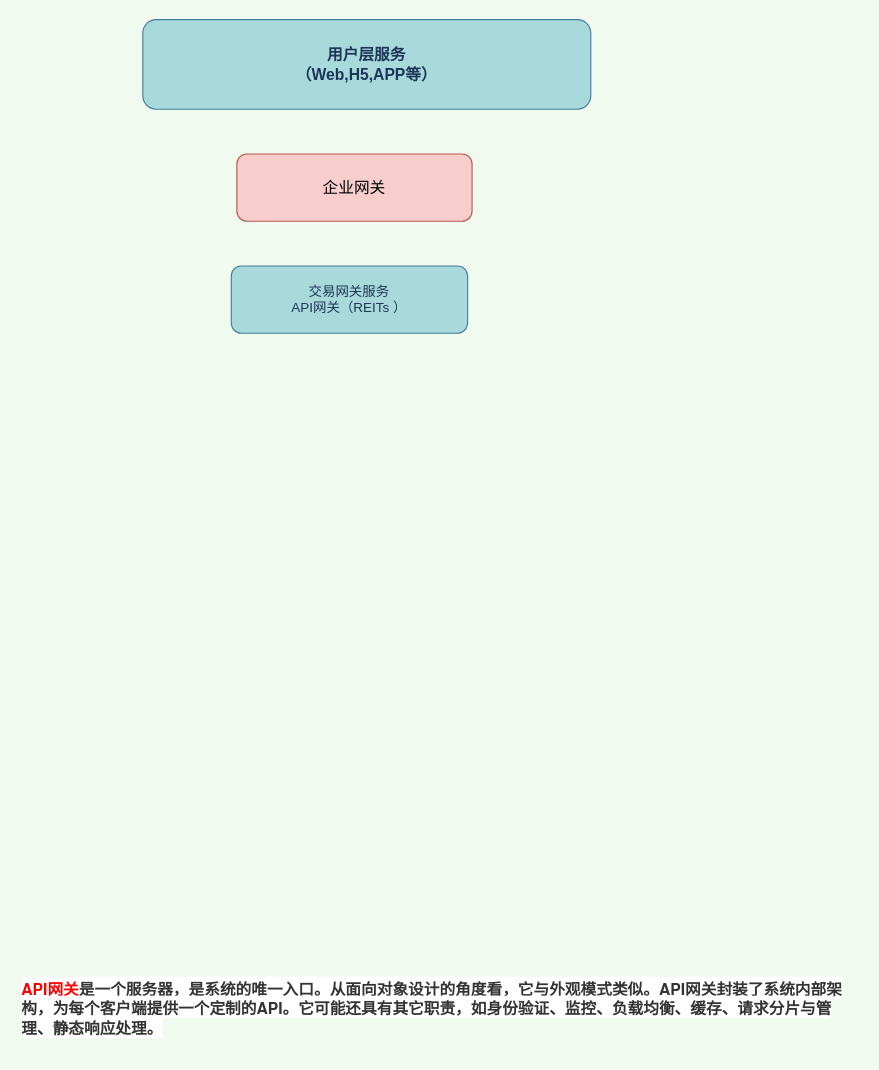
Earlier version of the draw.io diagram 000_utils/未命名绘图.drawio (lppgo/my_test). Source tidied: cells renumbered, new cells numbered last; positions are measured from the earlier drawing's top-left corner, leaving out a move shared by most shapes. Both pictures are drawn from the tidied source at 112%, with x=0, y=0 at pixel (19, 19).
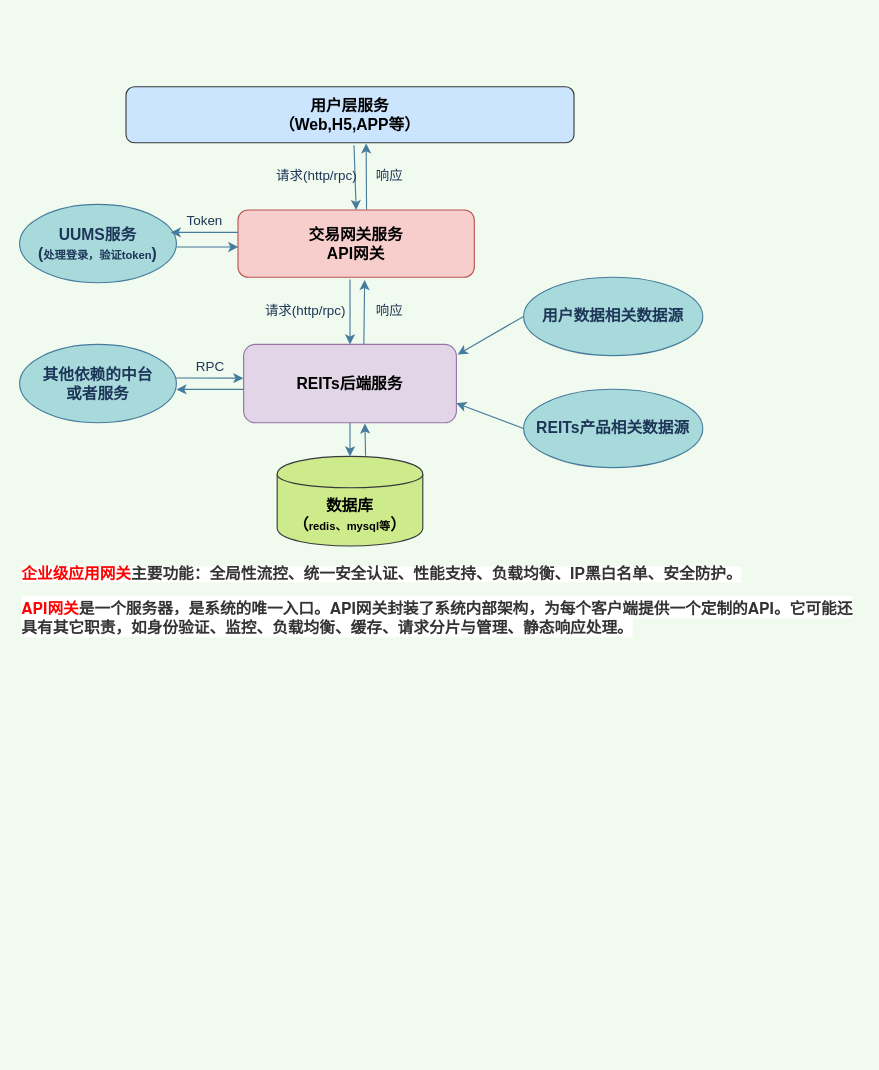
The same diagram, later.

Commit message:
更新未命名绘图.drawio

The edit, as a diff of the source:
```diff
@@
-    <mxCell id="2" value="&lt;font style=&quot;font-size: 14px&quot;&gt;&lt;b&gt;用户层服务&lt;br&gt;（Web,H5,APP等）&lt;/b&gt;&lt;/font&gt;" style="rounded=1;whiteSpace=wrap;html=1;sketch=0;strokeColor=#457B9D;fillColor=#A8DADC;fontColor=#1D3557;" parent="1" vertex="1">
-      <mxGeometry x="110" width="400" height="80" as="geometry" />
+    <mxCell id="2" value="&lt;font style=&quot;font-size: 14px&quot;&gt;&lt;b&gt;用户层服务&lt;br&gt;（Web,H5,APP等）&lt;/b&gt;&lt;/font&gt;" style="rounded=1;whiteSpace=wrap;html=1;sketch=0;strokeColor=#36393d;fillColor=#cce5ff;" parent="1" vertex="1">
+      <mxGeometry x="95" y="60" width="400" height="50" as="geometry" />
     </mxCell>
-    <mxCell id="3" value="&lt;font style=&quot;font-size: 14px&quot;&gt;企业网关&lt;/font&gt;" style="rounded=1;whiteSpace=wrap;html=1;sketch=0;strokeColor=#b85450;fillColor=#f8cecc;" parent="1" vertex="1">
-      <mxGeometry x="194" y="120" width="210" height="60" as="geometry" />
-    </mxCell>
-    <mxCell id="4" value="交易网关服务&lt;br&gt;API网关（REITs ）" style="rounded=1;whiteSpace=wrap;html=1;sketch=0;strokeColor=#457B9D;fillColor=#A8DADC;fontColor=#1D3557;" parent="1" vertex="1">
-      <mxGeometry x="189" y="220" width="211" height="60" as="geometry" />
+    <mxCell id="4" value="&lt;b&gt;&lt;font style=&quot;font-size: 14px&quot;&gt;交易网关服务&lt;br&gt;API网关&lt;/font&gt;&lt;/b&gt;" style="rounded=1;whiteSpace=wrap;html=1;sketch=0;strokeColor=#b85450;fillColor=#f8cecc;" parent="1" vertex="1">
+      <mxGeometry x="195" y="170" width="211" height="60" as="geometry" />
     </mxCell>
-    <mxCell id="5" value="&lt;span style=&quot;font-family: &amp;#34;helvetica neue&amp;#34; , &amp;#34;helvetica&amp;#34; , &amp;#34;verdana&amp;#34; , &amp;#34;arial&amp;#34; , sans-serif ; font-size: 14px ; font-style: normal ; letter-spacing: normal ; text-align: left ; text-indent: 0px ; text-transform: none ; word-spacing: 0px ; background-color: rgb(255 , 255 , 255) ; display: inline ; float: none&quot;&gt;&lt;b&gt;&lt;font color=&quot;#ff0000&quot;&gt;API网关&lt;/font&gt;&lt;font color=&quot;#333333&quot;&gt;是一个服务器，是系统的唯一入口。从面向对象设计的角度看，它与外观模式类似。API网关封装了系统内部架构，为每个客户端提供一个定制的API。它可能还具有其它职责，如身份验证、监控、负载均衡、缓存、请求分片与管理、静态响应处理。&lt;/font&gt;&lt;/b&gt;&lt;/span&gt;" style="text;whiteSpace=wrap;html=1;fontColor=#1D3557;" parent="1" vertex="1">
-      <mxGeometry y="850" width="750" height="70" as="geometry" />
+    <mxCell id="5" value="&lt;span style=&quot;font-family: &amp;#34;helvetica neue&amp;#34; , &amp;#34;helvetica&amp;#34; , &amp;#34;verdana&amp;#34; , &amp;#34;arial&amp;#34; , sans-serif ; font-size: 14px ; font-style: normal ; letter-spacing: normal ; text-align: left ; text-indent: 0px ; text-transform: none ; word-spacing: 0px ; background-color: rgb(255 , 255 , 255) ; display: inline ; float: none&quot;&gt;&lt;b&gt;&lt;font color=&quot;#ff0000&quot;&gt;API网关&lt;/font&gt;&lt;font color=&quot;#333333&quot;&gt;是一个服务器，是系统的唯一入口。API网关封装了系统内部架构，为每个客户端提供一个定制的API。它可能还具有其它职责，如身份验证、监控、负载均衡、缓存、请求分片与管理、静态响应处理。&lt;/font&gt;&lt;/b&gt;&lt;/span&gt;" style="text;whiteSpace=wrap;html=1;fontColor=#1D3557;" parent="1" vertex="1">
+      <mxGeometry y="510" width="750" height="40" as="geometry" />
     </mxCell>
+    <mxCell id="6" value="&lt;span style=&quot;font-family: &amp;#34;microsoft yahei&amp;#34; ; font-style: normal ; letter-spacing: normal ; text-align: justify ; text-indent: 0px ; text-transform: none ; word-spacing: 0px ; background-color: rgb(255 , 255 , 255) ; display: inline ; float: none&quot;&gt;&lt;font style=&quot;font-size: 14px&quot;&gt;&lt;b&gt;&lt;font color=&quot;#ff0000&quot;&gt;企业级应用网关&lt;/font&gt;&lt;font color=&quot;#333333&quot;&gt;主要功能：全局性流控、统一安全认证、性能支持、负载均衡、IP黑白名单、安全防护。&lt;/font&gt;&lt;/b&gt;&lt;/font&gt;&lt;/span&gt;" style="text;whiteSpace=wrap;html=1;fontColor=#1D3557;" parent="1" vertex="1">
+      <mxGeometry y="480" width="710" height="30" as="geometry" />
+    </mxCell>
+    <mxCell id="7" style="endArrow=classic;html=1;strokeColor=#457B9D;fillColor=#A8DADC;fontColor=#1D3557;exitX=0.509;exitY=1.043;exitDx=0;exitDy=0;entryX=0.5;entryY=0;entryDx=0;entryDy=0;exitPerimeter=0;" parent="1" edge="1" source="2" target="4">
+      <mxGeometry relative="1" as="geometry" />
+    </mxCell>
+    <mxCell id="8" value="&lt;b&gt;&lt;font style=&quot;font-size: 14px&quot;&gt;REITs后端服务&lt;/font&gt;&lt;/b&gt;" style="rounded=1;whiteSpace=wrap;html=1;sketch=0;strokeColor=#9673a6;fillColor=#e1d5e7;" parent="1" vertex="1">
+      <mxGeometry x="200" y="290" width="190" height="70" as="geometry" />
+    </mxCell>
+    <mxCell id="9" style="endArrow=classic;html=1;strokeColor=#457B9D;fillColor=#A8DADC;fontColor=#1D3557;entryX=0.5;entryY=0;entryDx=0;entryDy=0;" parent="1" edge="1" target="8">
+      <mxGeometry relative="1" as="geometry">
+        <mxPoint x="295" y="232" as="sourcePoint" />
+      </mxGeometry>
+    </mxCell>
+    <mxCell id="10" value="&lt;font color=&quot;#000000&quot;&gt;&lt;b&gt;&lt;span style=&quot;font-size: 14px&quot;&gt;数据库&lt;/span&gt;&lt;br&gt;&lt;span style=&quot;font-size: 14px&quot;&gt;（&lt;/span&gt;&lt;font style=&quot;font-size: 10px&quot;&gt;redis、mysql等&lt;/font&gt;&lt;span style=&quot;font-size: 14px&quot;&gt;）&lt;/span&gt;&lt;br&gt;&lt;/b&gt;&lt;/font&gt;" style="shape=cylinder;whiteSpace=wrap;html=1;boundedLbl=1;backgroundOutline=1;rounded=0;sketch=0;fillColor=#cdeb8b;strokeColor=#36393d;" parent="1" vertex="1">
+      <mxGeometry x="230" y="390" width="130" height="80" as="geometry" />
+    </mxCell>
+    <mxCell id="11" style="endArrow=classic;html=1;strokeColor=#457B9D;fillColor=#A8DADC;fontColor=#1D3557;entryX=0.5;entryY=0;entryDx=0;entryDy=0;" parent="1" edge="1" target="10">
+      <mxGeometry relative="1" as="geometry">
+        <mxPoint x="295" y="360" as="sourcePoint" />
+      </mxGeometry>
+    </mxCell>
+    <mxCell id="12" value="&lt;font style=&quot;font-size: 14px&quot;&gt;&lt;b&gt;用户数据相关数据源&lt;/b&gt;&lt;/font&gt;" style="ellipse;whiteSpace=wrap;html=1;rounded=0;sketch=0;strokeColor=#457B9D;fillColor=#A8DADC;fontColor=#1D3557;" parent="1" vertex="1">
+      <mxGeometry x="450" y="230" width="160" height="70" as="geometry" />
+    </mxCell>
+    <mxCell id="13" value="&lt;font style=&quot;font-size: 14px&quot;&gt;&lt;b&gt;REITs产品相关数据源&lt;/b&gt;&lt;/font&gt;" style="ellipse;whiteSpace=wrap;html=1;rounded=0;sketch=0;strokeColor=#457B9D;fillColor=#A8DADC;fontColor=#1D3557;" parent="1" vertex="1">
+      <mxGeometry x="450" y="330" width="160" height="70" as="geometry" />
+    </mxCell>
+    <mxCell id="14" style="endArrow=classic;html=1;strokeColor=#457B9D;fillColor=#A8DADC;fontColor=#1D3557;exitX=0;exitY=0.5;exitDx=0;exitDy=0;entryX=1.006;entryY=0.129;entryDx=0;entryDy=0;entryPerimeter=0;" parent="1" edge="1" source="12" target="8">
+      <mxGeometry relative="1" as="geometry" />
+    </mxCell>
+    <mxCell id="15" style="endArrow=classic;html=1;strokeColor=#457B9D;fillColor=#A8DADC;fontColor=#1D3557;exitX=0;exitY=0.5;exitDx=0;exitDy=0;entryX=1;entryY=0.75;entryDx=0;entryDy=0;" parent="1" edge="1" source="13" target="8">
+      <mxGeometry relative="1" as="geometry" />
+    </mxCell>
+    <mxCell id="16" style="endArrow=classic;html=1;strokeColor=#457B9D;fillColor=#A8DADC;fontColor=#1D3557;exitX=0.565;exitY=-0.006;exitDx=0;exitDy=0;entryX=0.536;entryY=1.042;entryDx=0;entryDy=0;entryPerimeter=0;exitPerimeter=0;" parent="1" edge="1" source="8" target="4">
+      <mxGeometry relative="1" as="geometry" />
+    </mxCell>
+    <mxCell id="17" style="endArrow=classic;html=1;strokeColor=#457B9D;fillColor=#A8DADC;fontColor=#1D3557;exitX=0.544;exitY=-0.006;exitDx=0;exitDy=0;entryX=0.536;entryY=1.011;entryDx=0;entryDy=0;entryPerimeter=0;exitPerimeter=0;" parent="1" edge="1" source="4" target="2">
+      <mxGeometry relative="1" as="geometry" />
+    </mxCell>
+    <mxCell id="18" style="endArrow=classic;html=1;strokeColor=#457B9D;fillColor=#A8DADC;fontColor=#1D3557;entryX=0.57;entryY=1.009;entryDx=0;entryDy=0;entryPerimeter=0;exitX=0.607;exitY=-0.006;exitDx=0;exitDy=0;exitPerimeter=0;" parent="1" edge="1" source="10" target="8">
+      <mxGeometry relative="1" as="geometry" />
+    </mxCell>
+    <mxCell id="19" value="响应" style="text;html=1;align=center;verticalAlign=middle;fillColor=none;strokeColor=none;rounded=0;sketch=0;fontColor=#1D3557;" parent="1" vertex="1">
+      <mxGeometry x="310" y="130" width="40" height="20" as="geometry" />
+    </mxCell>
+    <mxCell id="20" value="响应" style="text;html=1;align=center;verticalAlign=middle;fillColor=none;strokeColor=none;rounded=0;sketch=0;fontColor=#1D3557;" parent="1" vertex="1">
+      <mxGeometry x="310" y="250" width="40" height="20" as="geometry" />
+    </mxCell>
+    <mxCell id="21" value="&lt;font style=&quot;font-size: 14px&quot;&gt;&lt;b&gt;其他依赖的中台&lt;br&gt;或者服务&lt;/b&gt;&lt;/font&gt;" style="ellipse;whiteSpace=wrap;html=1;rounded=0;sketch=0;strokeColor=#457B9D;fillColor=#A8DADC;fontColor=#1D3557;" parent="1" vertex="1">
+      <mxGeometry y="290" width="140" height="70" as="geometry" />
+    </mxCell>
+    <mxCell id="22" style="endArrow=classic;html=1;strokeColor=#457B9D;fillColor=#A8DADC;fontColor=#1D3557;entryX=-0.001;entryY=0.431;entryDx=0;entryDy=0;entryPerimeter=0;exitX=0.993;exitY=0.428;exitDx=0;exitDy=0;exitPerimeter=0;" parent="1" edge="1" source="21" target="8">
+      <mxGeometry relative="1" as="geometry" />
+    </mxCell>
+    <mxCell id="23" style="endArrow=classic;html=1;strokeColor=#457B9D;fillColor=#A8DADC;fontColor=#1D3557;entryX=1;entryY=0.574;entryDx=0;entryDy=0;entryPerimeter=0;exitX=0;exitY=0.574;exitDx=0;exitDy=0;exitPerimeter=0;" parent="1" edge="1" source="8" target="21">
+      <mxGeometry relative="1" as="geometry" />
+    </mxCell>
+    <mxCell id="24" value="RPC" style="text;html=1;align=center;verticalAlign=middle;fillColor=none;strokeColor=none;rounded=0;sketch=0;fontColor=#1D3557;" parent="1" vertex="1">
+      <mxGeometry x="150" y="300" width="40" height="20" as="geometry" />
+    </mxCell>
+    <mxCell id="25" value="请求(http/rpc)" style="text;html=1;align=center;verticalAlign=middle;fillColor=none;strokeColor=none;rounded=0;sketch=0;fontColor=#1D3557;" parent="1" vertex="1">
+      <mxGeometry x="210" y="250" width="90" height="20" as="geometry" />
+    </mxCell>
+    <mxCell id="26" value="请求(http/rpc)" style="text;html=1;align=center;verticalAlign=middle;fillColor=none;strokeColor=none;rounded=0;sketch=0;fontColor=#1D3557;" parent="1" vertex="1">
+      <mxGeometry x="220" y="130" width="90" height="20" as="geometry" />
+    </mxCell>
+    <mxCell id="27" value="&lt;b&gt;&lt;span style=&quot;font-size: 14px&quot;&gt;UUMS服务&lt;/span&gt;&lt;br&gt;&lt;span style=&quot;font-size: 14px&quot;&gt;(&lt;/span&gt;&lt;font style=&quot;font-size: 10px&quot;&gt;处理登录，验证token&lt;/font&gt;&lt;span style=&quot;font-size: 14px&quot;&gt;)&lt;/span&gt;&lt;br&gt;&lt;/b&gt;" style="ellipse;whiteSpace=wrap;html=1;rounded=0;sketch=0;strokeColor=#457B9D;fillColor=#A8DADC;fontColor=#1D3557;" parent="1" vertex="1">
+      <mxGeometry y="165" width="140" height="70" as="geometry" />
+    </mxCell>
+    <mxCell id="28" style="endArrow=classic;html=1;strokeColor=#457B9D;fillColor=#A8DADC;fontColor=#1D3557;entryX=0.001;entryY=0.552;entryDx=0;entryDy=0;entryPerimeter=0;" parent="1" edge="1" target="4">
+      <mxGeometry relative="1" as="geometry">
+        <mxPoint x="140" y="203" as="sourcePoint" />
+        <Array as="points">
+          <mxPoint x="170" y="203" />
+        </Array>
+      </mxGeometry>
+    </mxCell>
+    <mxCell id="29" style="endArrow=classic;html=1;strokeColor=#457B9D;fillColor=#A8DADC;fontColor=#1D3557;entryX=1;entryY=0.574;entryDx=0;entryDy=0;entryPerimeter=0;exitX=0;exitY=0.574;exitDx=0;exitDy=0;exitPerimeter=0;" parent="1" edge="1">
+      <mxGeometry relative="1" as="geometry">
+        <mxPoint x="195" y="190" as="sourcePoint" />
+        <mxPoint x="135" y="190" as="targetPoint" />
+      </mxGeometry>
+    </mxCell>
+    <mxCell id="30" value="Token" style="text;html=1;align=center;verticalAlign=middle;fillColor=none;strokeColor=none;rounded=0;sketch=0;fontColor=#1D3557;" parent="1" vertex="1">
+      <mxGeometry x="140" y="170" width="50" height="20" as="geometry" />
+    </mxCell>
```
